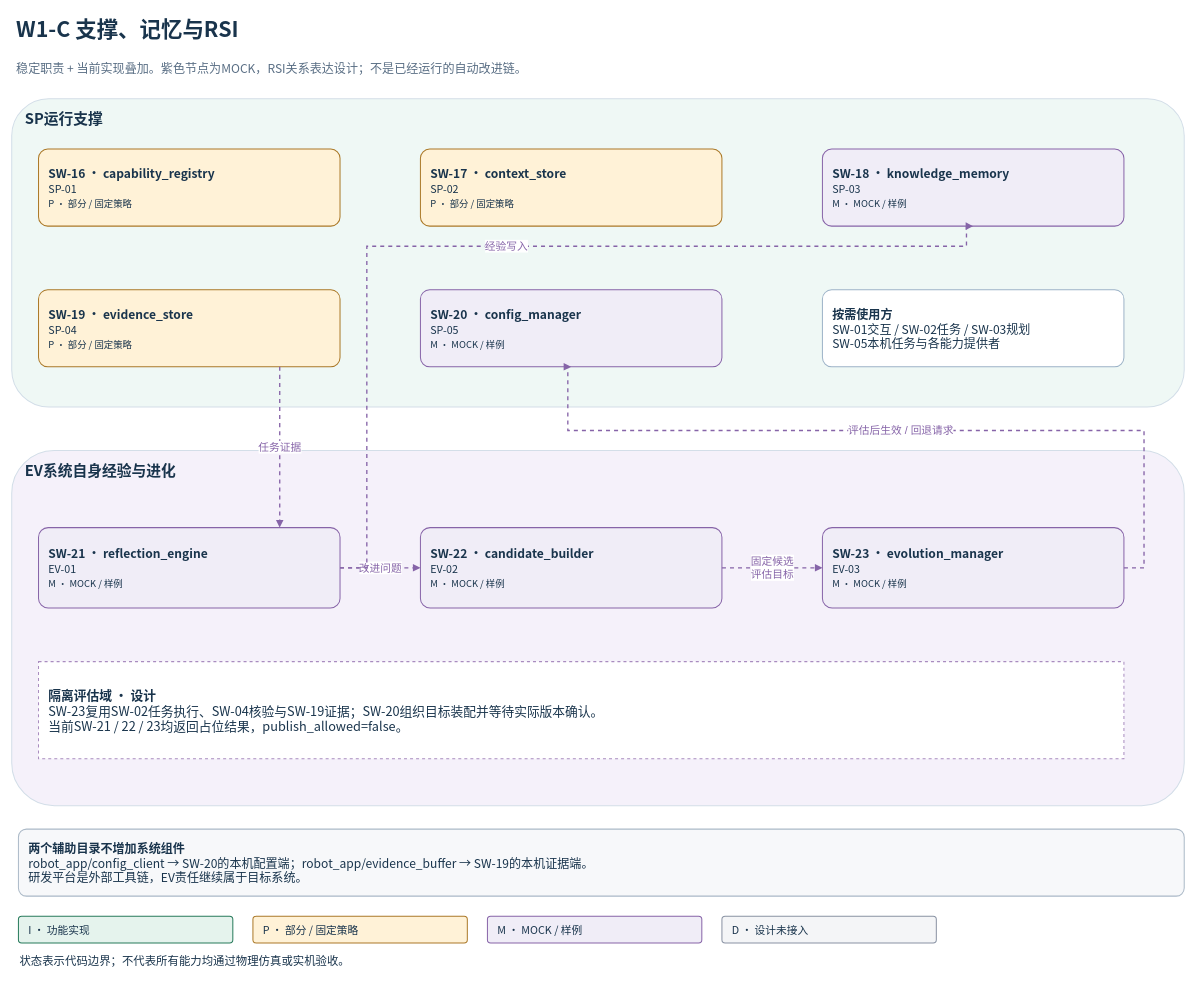
gao377/gao377.github.io keeps this draw.io diagram as page "W1-C 支撑、记忆与RSI" (3 of 4) of site/diagrams/software-architecture.drawio. Above is the earlier version. Source tidied: cells renumbered, new cells numbered last; positions are measured from the earlier drawing's top-left corner, leaving out a move shared by most shapes. Both pictures are drawn from the tidied source at 67%, with x=0, y=0 at pixel (11, 11).
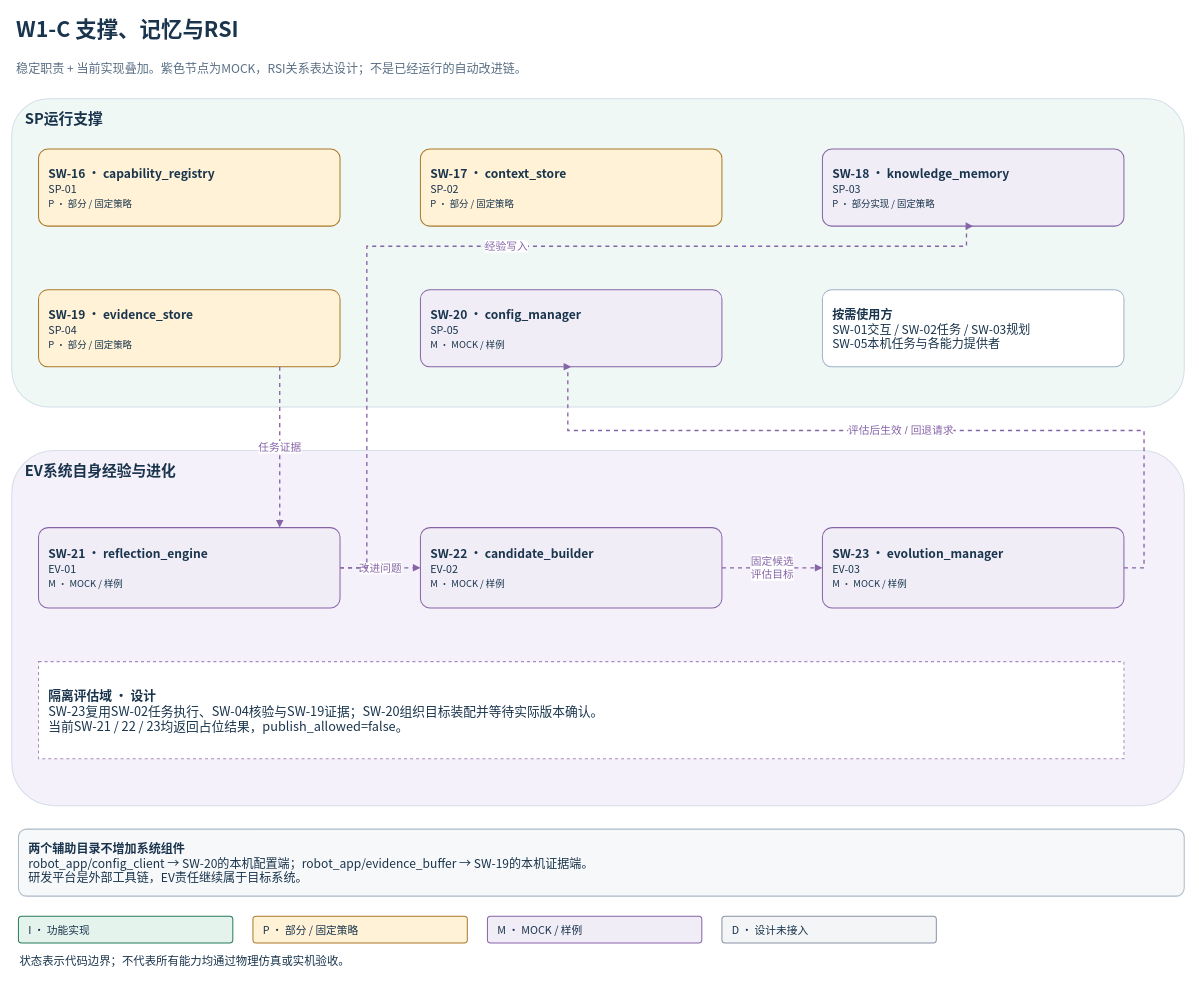
The same page after the edit.

Commit message (it also covers changes not shown here):
Document sourced knowledge and historical spatial memory

Change to the diagram source:
```diff
@@
-    <mxCell id="8" value="&lt;b&gt;SW-18 · knowledge_memory&lt;/b&gt;&lt;br&gt;&lt;font style=&quot;font-size:16px&quot;&gt;SP-03&lt;/font&gt;&lt;br&gt;&lt;font style=&quot;font-size:14px&quot;&gt;M · MOCK / 样例&lt;/font&gt;" style="rounded=1;whiteSpace=wrap;html=1;fillColor=#F0EDF7;strokeColor=#8764A8;strokeWidth=1.5;fontFamily=Noto Sans CJK SC;fontSize=18;fontColor=#19344C;align=left;verticalAlign=middle;spacing=15;arcSize=12;" parent="1" vertex="1">
+    <mxCell id="8" value="&lt;b&gt;SW-18 · knowledge_memory&lt;/b&gt;&lt;br&gt;&lt;font style=&quot;font-size:16px&quot;&gt;SP-03&lt;/font&gt;&lt;br&gt;&lt;font style=&quot;font-size:14px&quot;&gt;P · 部分实现 / 固定策略&lt;/font&gt;" style="rounded=1;whiteSpace=wrap;html=1;fillColor=#F0EDF7;strokeColor=#8764A8;strokeWidth=1.5;fontFamily=Noto Sans CJK SC;fontSize=18;fontColor=#19344C;align=left;verticalAlign=middle;spacing=15;arcSize=12;" parent="1" vertex="1">
       <mxGeometry x="1210" y="205" width="450" height="115" as="geometry" />
     </mxCell>
```
